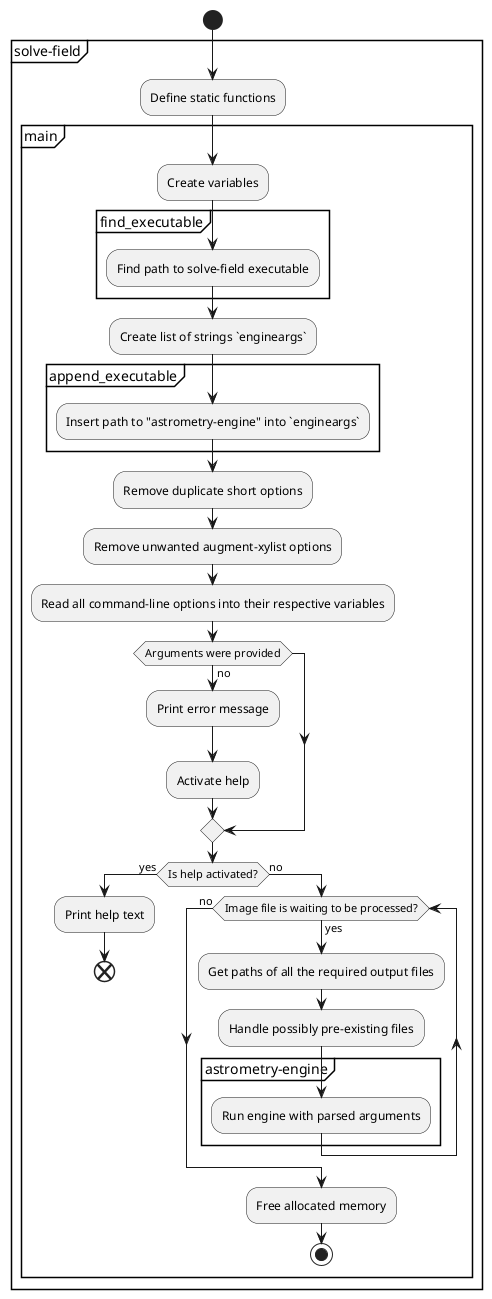
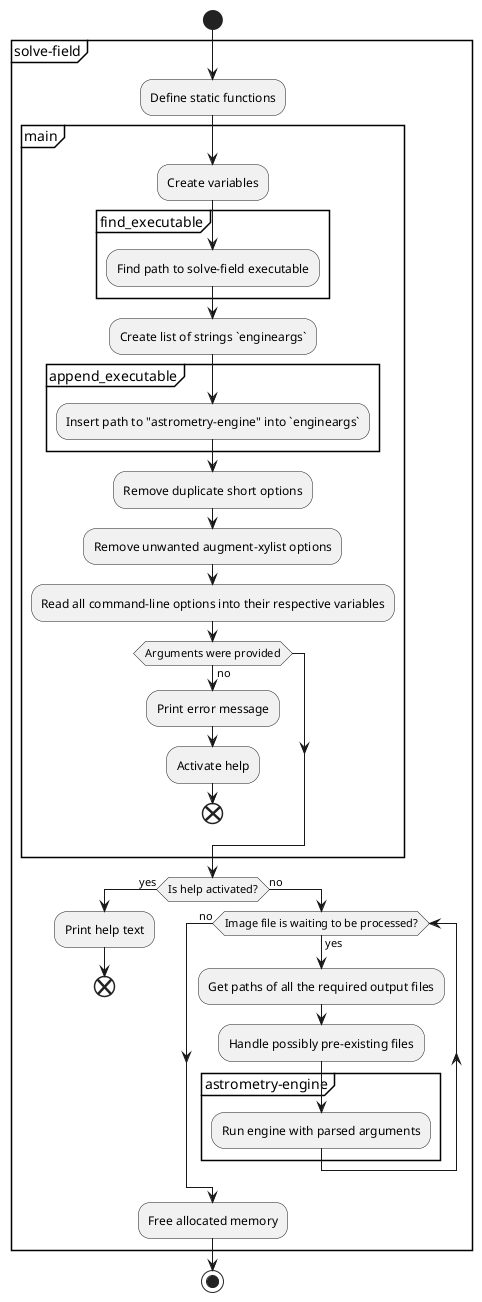
@startuml
start
- group solve-field
+ group solve-field {
    :Define static functions;
-     group main
+     group main {
        :Create variables;
-         group find_executable
+         group find_executable {
            :Find path to solve-field executable;
-         end group
+         }
        :Create list of strings `engineargs`;
-         group append_executable
+         group append_executable {
            :Insert path to "astrometry-engine" into `engineargs`;
-         end group
+         }
        :Remove duplicate short options;
        :Remove unwanted augment-xylist options;
        :Read all command-line options into their respective variables;
        if (Arguments were provided) then (no)
            :Print error message;
            :Activate help;
+             end
        endif
-         if (Is help activated?) then (yes)
-             :Print help text;
-             end
-         else (no)
+     }
+     if (Is help activated?) then (yes)
+         :Print help text;
+         end
+     else (no)
        while (Image file is waiting to be processed?) is (yes)
            :Get paths of all the required output files;
            :Handle possibly pre-existing files;
-             group astrometry-engine
+             group astrometry-engine {
                :Run engine with parsed arguments;
-             end group
+             }
        endwhile (no)
-         :Free allocated memory;
+     endif
+     :Free allocated memory;
+ }
+ 
stop
@enduml
